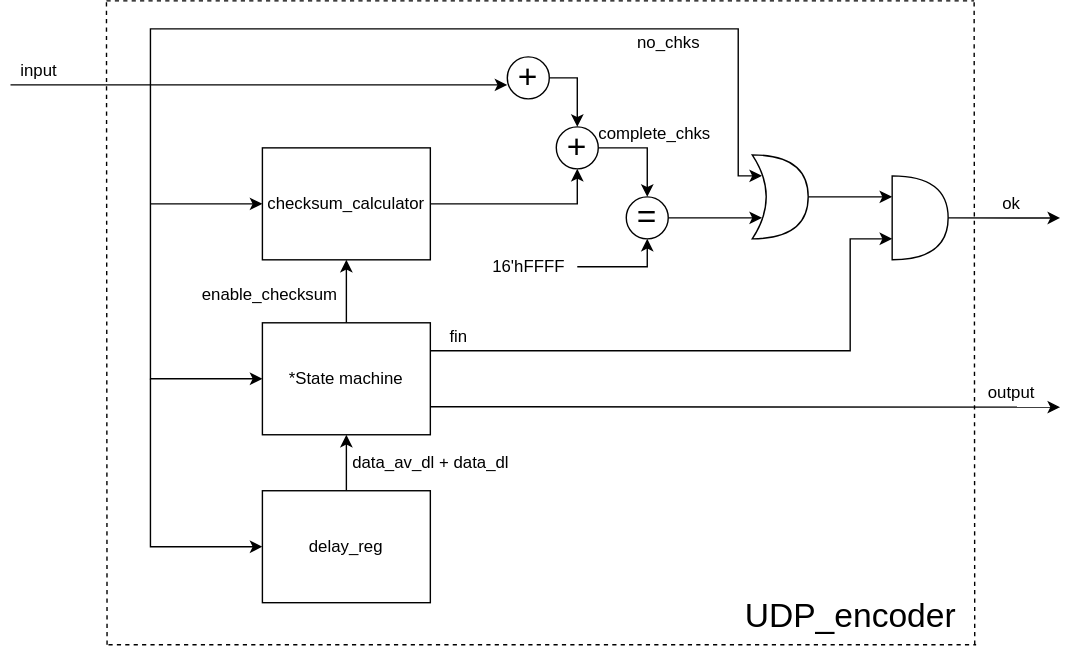
Earlier version of the draw.io export Documentation/Block_diagram/UDP_encoder_bd.svg (ntpt7921/Verilog_UDP_TCP). Source tidied: cells renumbered, new cells last; positions are measured from the earlier drawing's top-left corner, leaving out a move shared by most shapes.
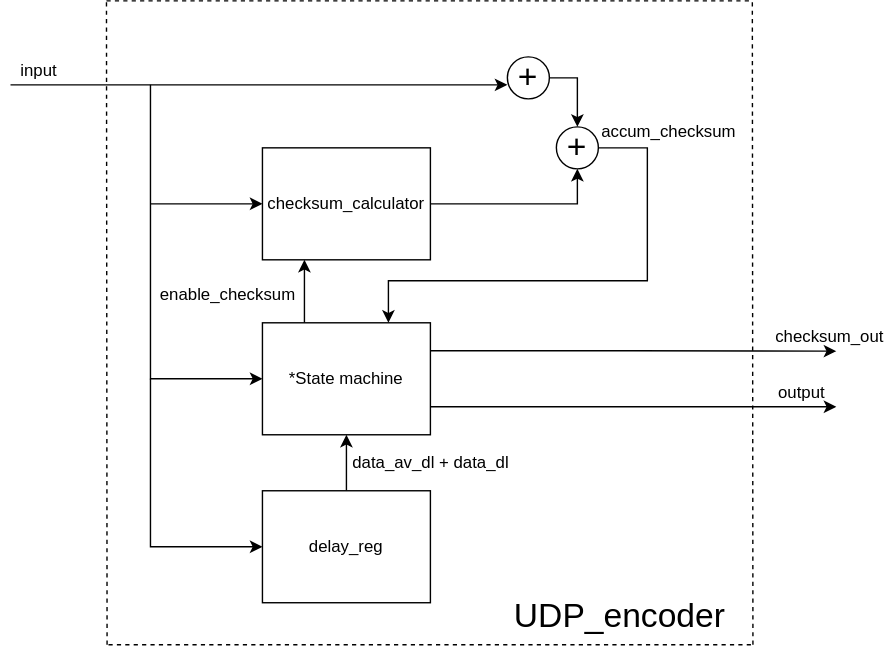
After the change.

Diff of the diagram source:
```diff
@@ -2,14 +2,19 @@
   <root>
     <mxCell id="0" />
     <mxCell id="1" parent="0" />
-    <mxCell id="2" style="edgeStyle=none;rounded=0;jettySize=auto;html=1;fontSize=12;" parent="1" edge="1" source="4" target="7">
+    <mxCell id="2" style="edgeStyle=none;rounded=0;jettySize=auto;html=1;fontSize=12;entryX=0.25;entryY=1;entryDx=0;entryDy=0;exitX=0.25;exitY=0;exitDx=0;exitDy=0;" parent="1" edge="1" source="4" target="7">
       <mxGeometry relative="1" as="geometry" />
     </mxCell>
     <mxCell id="3" style="edgeStyle=none;rounded=0;jettySize=auto;html=1;exitX=1;exitY=0.75;exitDx=0;exitDy=0;fontSize=12;" parent="1" edge="1" source="4">
       <mxGeometry relative="1" as="geometry">
-        <mxPoint x="750" y="290.3" as="targetPoint" />
+        <mxPoint x="590" y="290" as="targetPoint" />
       </mxGeometry>
     </mxCell>
+    <mxCell id="41" style="edgeStyle=orthogonalEdgeStyle;rounded=0;jettySize=auto;html=1;exitX=1;exitY=0.25;exitDx=0;exitDy=0;" parent="1" edge="1" source="4">
+      <mxGeometry relative="1" as="geometry">
+        <mxPoint x="590" y="250.3" as="targetPoint" />
+      </mxGeometry>
+    </mxCell>
     <mxCell id="4" value="&lt;div&gt;*State machine&lt;/div&gt;" style="rounded=0;whiteSpace=wrap;html=1;" parent="1" vertex="1">
       <mxGeometry x="180" y="230" width="120" height="80" as="geometry" />
     </mxCell>
@@ -28,54 +33,18 @@
     <mxCell id="7" value="&lt;div&gt;checksum_calculator&lt;/div&gt;" style="rounded=0;whiteSpace=wrap;html=1;" parent="1" vertex="1">
       <mxGeometry x="180" y="105" width="120" height="80" as="geometry" />
     </mxCell>
-    <mxCell id="8" style="edgeStyle=none;rounded=0;jettySize=auto;html=1;exitX=1;exitY=0.5;exitDx=0;exitDy=0;entryX=0.5;entryY=0;entryDx=0;entryDy=0;fontSize=24;" parent="1" edge="1" source="9" target="11">
+    <mxCell id="8" style="edgeStyle=none;rounded=0;jettySize=auto;html=1;exitX=1;exitY=0.5;exitDx=0;exitDy=0;fontSize=24;entryX=0.75;entryY=0;entryDx=0;entryDy=0;" parent="1" edge="1" source="9" target="4">
       <mxGeometry relative="1" as="geometry">
         <Array as="points">
           <mxPoint x="455" y="105" />
+          <mxPoint x="455" y="200" />
+          <mxPoint x="270" y="200" />
         </Array>
       </mxGeometry>
     </mxCell>
     <mxCell id="9" value="+" style="ellipse;whiteSpace=wrap;html=1;fontSize=24;" parent="1" vertex="1">
       <mxGeometry x="390" y="90" width="30" height="30" as="geometry" />
     </mxCell>
-    <mxCell id="10" style="edgeStyle=none;rounded=0;jettySize=auto;html=1;exitX=1;exitY=0.5;exitDx=0;exitDy=0;fontSize=12;entryX=0.175;entryY=0.75;entryDx=0;entryDy=0;entryPerimeter=0;" parent="1" edge="1" source="11" target="13">
-      <mxGeometry relative="1" as="geometry" />
-    </mxCell>
-    <mxCell id="11" value="=" style="ellipse;whiteSpace=wrap;html=1;fontSize=24;" parent="1" vertex="1">
-      <mxGeometry x="440" y="140" width="30" height="30" as="geometry" />
-    </mxCell>
-    <mxCell id="12" style="edgeStyle=none;rounded=0;jettySize=auto;html=1;fontSize=12;entryX=0;entryY=0.25;entryDx=0;entryDy=0;entryPerimeter=0;" parent="1" edge="1" source="13" target="15">
-      <mxGeometry relative="1" as="geometry" />
-    </mxCell>
-    <mxCell id="13" style="shape=xor;whiteSpace=wrap;html=1;fontSize=24;" parent="1" vertex="1">
-      <mxGeometry x="530" y="110" width="40" height="60" as="geometry" />
-    </mxCell>
-    <mxCell id="14" style="edgeStyle=none;rounded=0;jettySize=auto;html=1;exitX=1;exitY=0.5;exitDx=0;exitDy=0;exitPerimeter=0;fontSize=12;" parent="1" edge="1" source="15">
-      <mxGeometry relative="1" as="geometry">
-        <mxPoint x="750" y="155.1" as="targetPoint" />
-      </mxGeometry>
-    </mxCell>
-    <mxCell id="15" style="shape=or;whiteSpace=wrap;html=1;fontSize=24;" parent="1" vertex="1">
-      <mxGeometry x="630" y="125" width="40" height="60" as="geometry" />
-    </mxCell>
-    <mxCell id="16" style="edgeStyle=none;rounded=0;jettySize=auto;html=1;entryX=0.5;entryY=1;entryDx=0;entryDy=0;fontSize=12;" parent="1" edge="1" source="17" target="11">
-      <mxGeometry relative="1" as="geometry">
-        <Array as="points">
-          <mxPoint x="455" y="190" />
-        </Array>
-      </mxGeometry>
-    </mxCell>
-    <mxCell id="17" value="&lt;div&gt;16'hFFFF&lt;/div&gt;" style="text;html=1;align=center;verticalAlign=middle;points=[];strokeColor=none;fillColor=none;fontSize=12;" parent="1" vertex="1">
-      <mxGeometry x="335" y="180" width="70" height="20" as="geometry" />
-    </mxCell>
-    <mxCell id="18" style="endArrow=classic;html=1;rounded=0;fontSize=12;exitX=1;exitY=0.25;exitDx=0;exitDy=0;entryX=0;entryY=0.75;entryDx=0;entryDy=0;entryPerimeter=0;" parent="1" edge="1" source="4" target="15">
-      <mxGeometry relative="1" as="geometry">
-        <Array as="points">
-          <mxPoint x="600" y="250" />
-          <mxPoint x="600" y="170" />
-        </Array>
-      </mxGeometry>
-    </mxCell>
     <mxCell id="19" style="endArrow=classic;html=1;rounded=0;fontSize=12;entryX=0;entryY=0.667;entryDx=0;entryDy=0;entryPerimeter=0;" parent="1" edge="1" target="21">
       <mxGeometry relative="1" as="geometry">
         <mxPoint y="60" as="sourcePoint" />
@@ -107,42 +76,25 @@
     <mxCell id="24" value="input" style="text;html=1;align=center;verticalAlign=middle;strokeColor=none;fillColor=none;fontSize=12;" parent="1" vertex="1">
       <mxGeometry y="40" width="40" height="20" as="geometry" />
     </mxCell>
-    <mxCell id="25" style="endArrow=classic;html=1;rounded=0;fontSize=12;entryX=0.175;entryY=0.25;entryDx=0;entryDy=0;entryPerimeter=0;" parent="1" edge="1" target="13">
-      <mxGeometry relative="1" as="geometry">
-        <mxPoint x="100" y="60" as="sourcePoint" />
-        <Array as="points">
-          <mxPoint x="100" y="20" />
-          <mxPoint x="520" y="20" />
-          <mxPoint x="520" y="80" />
-          <mxPoint x="520" y="125" />
-        </Array>
-      </mxGeometry>
-    </mxCell>
-    <mxCell id="26" value="&lt;div&gt;no_chks&lt;/div&gt;" style="text;html=1;align=center;verticalAlign=middle;strokeColor=none;fillColor=none;fontSize=12;" parent="1" vertex="1">
-      <mxGeometry x="440" y="20" width="60" height="20" as="geometry" />
-    </mxCell>
-    <mxCell id="27" value="&lt;div&gt;complete_chks&lt;/div&gt;" style="text;html=1;align=center;verticalAlign=middle;strokeColor=none;fillColor=none;fontSize=12;" parent="1" vertex="1">
-      <mxGeometry x="410" y="85" width="100" height="20" as="geometry" />
+    <mxCell id="27" value="&lt;div&gt;accum_checksum&lt;/div&gt;" style="text;html=1;align=center;verticalAlign=middle;strokeColor=none;fillColor=none;fontSize=12;" parent="1" vertex="1">
+      <mxGeometry x="415" y="84.3" width="110" height="20" as="geometry" />
     </mxCell>
-    <mxCell id="28" value="&lt;div&gt;fin&lt;/div&gt;" style="text;html=1;align=center;verticalAlign=middle;strokeColor=none;fillColor=none;fontSize=12;" parent="1" vertex="1">
-      <mxGeometry x="305" y="230" width="30" height="20" as="geometry" />
-    </mxCell>
-    <mxCell id="29" value="&lt;div&gt;ok&lt;/div&gt;" style="text;html=1;align=center;verticalAlign=middle;strokeColor=none;fillColor=none;fontSize=12;" parent="1" vertex="1">
-      <mxGeometry x="700" y="135" width="30" height="20" as="geometry" />
+    <mxCell id="29" value="&lt;div&gt;checksum_out&lt;/div&gt;" style="text;html=1;align=center;verticalAlign=middle;strokeColor=none;fillColor=none;fontSize=12;" parent="1" vertex="1">
+      <mxGeometry x="540" y="230" width="90" height="20" as="geometry" />
     </mxCell>
     <mxCell id="30" value="output" style="text;html=1;align=center;verticalAlign=middle;strokeColor=none;fillColor=none;fontSize=12;" parent="1" vertex="1">
-      <mxGeometry x="690" y="270" width="50" height="20" as="geometry" />
+      <mxGeometry x="540" y="270" width="50" height="20" as="geometry" />
     </mxCell>
     <mxCell id="31" style="endArrow=none;dashed=1;html=1;rounded=0;fontSize=12;" parent="1" edge="1">
       <mxGeometry relative="1" as="geometry">
         <mxPoint x="68.6" as="sourcePoint" />
-        <mxPoint x="688.6" as="targetPoint" />
+        <mxPoint x="530" as="targetPoint" />
       </mxGeometry>
     </mxCell>
     <mxCell id="32" style="endArrow=none;dashed=1;html=1;rounded=0;fontSize=12;" parent="1" edge="1">
       <mxGeometry relative="1" as="geometry">
         <mxPoint x="70" y="460" as="sourcePoint" />
-        <mxPoint x="690" y="460" as="targetPoint" />
+        <mxPoint x="530" y="460" as="targetPoint" />
       </mxGeometry>
     </mxCell>
     <mxCell id="33" style="endArrow=none;dashed=1;html=1;rounded=0;fontSize=12;" parent="1" edge="1">
@@ -153,12 +105,12 @@
     </mxCell>
     <mxCell id="34" style="endArrow=none;dashed=1;html=1;rounded=0;fontSize=12;" parent="1" edge="1">
       <mxGeometry relative="1" as="geometry">
-        <mxPoint x="689" y="460" as="sourcePoint" />
-        <mxPoint x="688.6" as="targetPoint" />
+        <mxPoint x="530.4" y="460" as="sourcePoint" />
+        <mxPoint x="530" as="targetPoint" />
       </mxGeometry>
     </mxCell>
     <mxCell id="35" value="&lt;font style=&quot;font-size: 24px&quot;&gt;UDP_encoder&lt;/font&gt;" style="text;html=1;align=center;verticalAlign=middle;strokeColor=none;fillColor=none;fontSize=12;" parent="1" vertex="1">
-      <mxGeometry x="515" y="430" width="170" height="20" as="geometry" />
+      <mxGeometry x="350" y="430" width="170" height="20" as="geometry" />
     </mxCell>
     <mxCell id="36" style="edgeStyle=none;rounded=0;jettySize=auto;html=1;entryX=0.5;entryY=1;entryDx=0;entryDy=0;fontSize=24;" parent="1" edge="1" source="37" target="4">
       <mxGeometry relative="1" as="geometry" />
@@ -167,7 +119,7 @@
       <mxGeometry x="180" y="350" width="120" height="80" as="geometry" />
     </mxCell>
     <mxCell id="38" value="&lt;div&gt;enable_checksum&lt;/div&gt;" style="text;html=1;align=center;verticalAlign=middle;strokeColor=none;fillColor=none;fontSize=12;" parent="1" vertex="1">
-      <mxGeometry x="130" y="200" width="110" height="20" as="geometry" />
+      <mxGeometry x="100" y="200" width="110" height="20" as="geometry" />
     </mxCell>
     <mxCell id="39" style="endArrow=classic;html=1;rounded=0;fontSize=24;entryX=0;entryY=0.5;entryDx=0;entryDy=0;" parent="1" edge="1" target="37">
       <mxGeometry relative="1" as="geometry">
```
